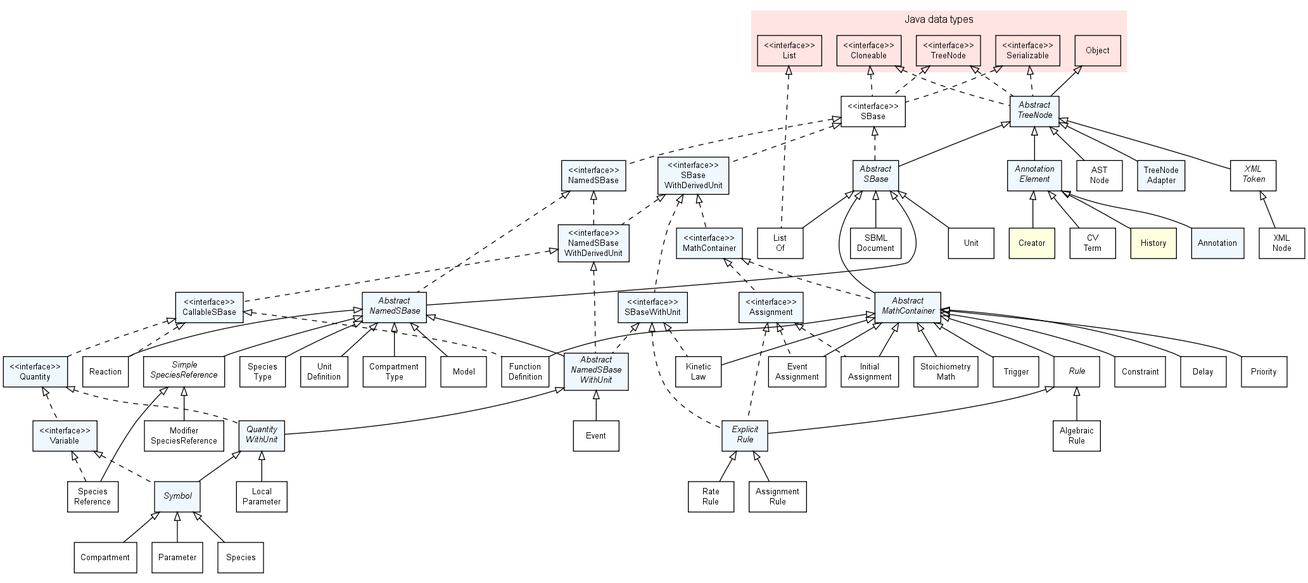
Before: doc/img/FullTypeHierarchy.png, a diagram exported from Graphviz (sbmlteam/jsbml). Its source is kept beside it as doc/img/FullTypeHierarchy.dot.
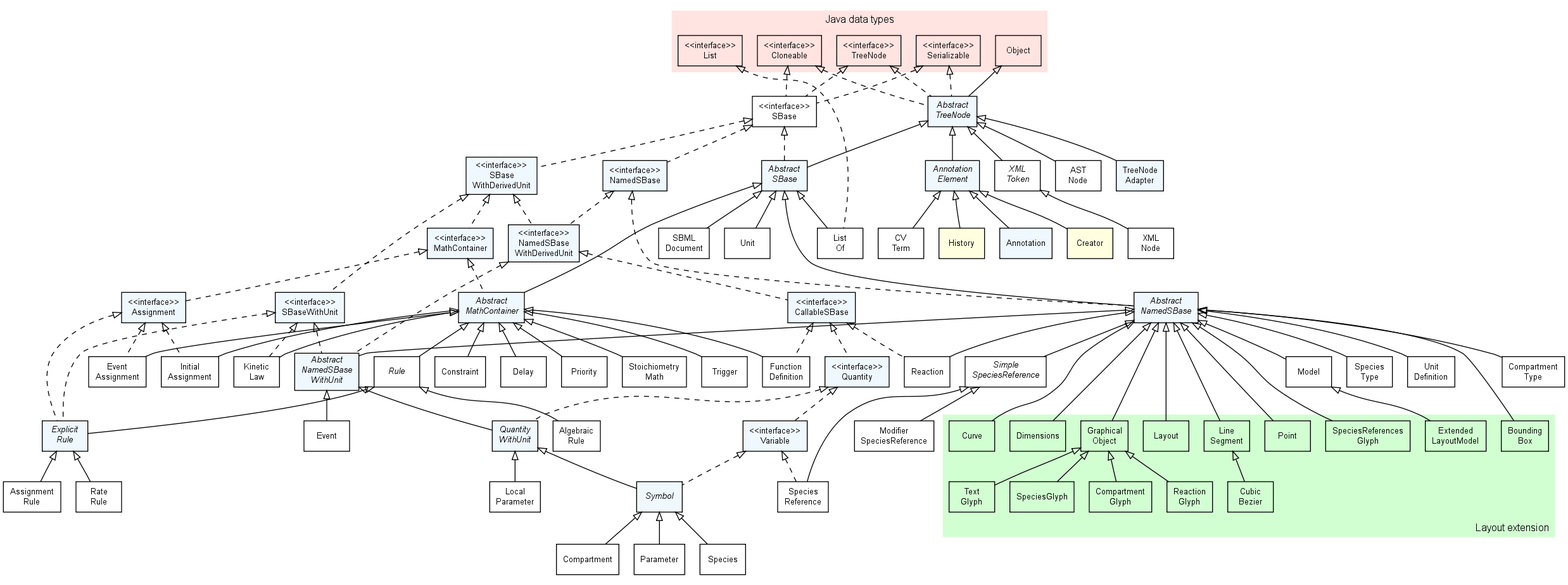
The same diagram one commit later.

The edit, as a diff of the source:
```diff
@@ -16,6 +16,10 @@
 	  shape=box
 	];
 
+
+  /*******************
+   * Java base types *
+   *******************/
 
   subgraph clusterJava {
     fontname="Helvetica";
@@ -107,9 +111,10 @@
   UnitDefinition                           [label="Unit\nDefinition"];
   XMLNode                                  [label="XML\nNode"];
 
-  /*
-   * Inheritance
-   */
+  /*********************
+   * Inheritance graph *
+   *********************/
+
   AbstractNamedSBase         -> AbstractNamedSBaseWithUnit [dir=back,arrowtail=empty];
   AbstractNamedSBase         -> CompartmentType            [dir=back,arrowtail=empty];
   AbstractNamedSBase         -> Model                      [dir=back,arrowtail=empty];
@@ -190,4 +195,64 @@
   Variable                   -> Symbol                     [dir=back,arrowtail=empty,style=dashed];
   XMLToken                   -> XMLNode                    [dir=back,arrowtail=empty];
 
+
+  /**********************
+   * Extension packages *
+   **********************/
+
+
+  /*
+   * Layout extension
+   */
+
+  subgraph clusterLayout {
+    fontname="Helvetica";
+    fontsize=12;
+    style="filled";
+    fillcolor="#d2ffd2"
+    color="#ffffff"
+    label="Layout extension";
+    labelloc=b;
+    labeljust=r;
+
+
+
+    BoundingBox                            [label="Bounding\nBox"];
+    CompartmentGlyph                       [label="Compartment\nGlyph"];
+    CubicBezier                            [label="Cubic\nBezier"];
+    Curve                                  [label="Curve"];
+    Dimensions                             [label="Dimensions"];
+    ExtendedLayoutModel                    [label="Extended\nLayoutModel"];
+    GraphicalObject                        [label="Graphical\nObject"];
+    Layout                                 [label="Layout"];
+    LineSegment                            [label="Line\nSegment"];
+    Point                                  [label="Point"];
+    ReactionGlyph                          [label="Reaction\nGlyph"];
+    SpeciesReferencesGlyph                 [label="SpeciesReferences\nGlyph"];
+    TextGlyph                              [label="Text\nGlyph"];
+
+    /*
+     * Inheritance graph
+     */
+     GraphicalObject    -> CompartmentGlyph       [dir=back,arrowtail=empty];
+     GraphicalObject    -> ReactionGlyph          [dir=back,arrowtail=empty];
+     GraphicalObject    -> SpeciesGlyph           [dir=back,arrowtail=empty];
+     GraphicalObject    -> TextGlyph              [dir=back,arrowtail=empty];
+     LineSegment        -> CubicBezier            [dir=back,arrowtail=empty];
+   }
+
+   /*********************
+    * Inheritance graph *
+    *********************/
+
+   AbstractNamedSBase -> BoundingBox            [dir=back,arrowtail=empty];
+   AbstractNamedSBase -> Curve                  [dir=back,arrowtail=empty];
+   AbstractNamedSBase -> Dimensions             [dir=back,arrowtail=empty];
+   AbstractNamedSBase -> GraphicalObject        [dir=back,arrowtail=empty];
+   AbstractNamedSBase -> SpeciesReferencesGlyph [dir=back,arrowtail=empty];
+   AbstractNamedSBase -> Layout                 [dir=back,arrowtail=empty];
+   AbstractNamedSBase -> LineSegment            [dir=back,arrowtail=empty];
+   AbstractNamedSBase -> Point                  [dir=back,arrowtail=empty];
+   Model              -> ExtendedLayoutModel    [dir=back,arrowtail=empty];
+
 }
```
